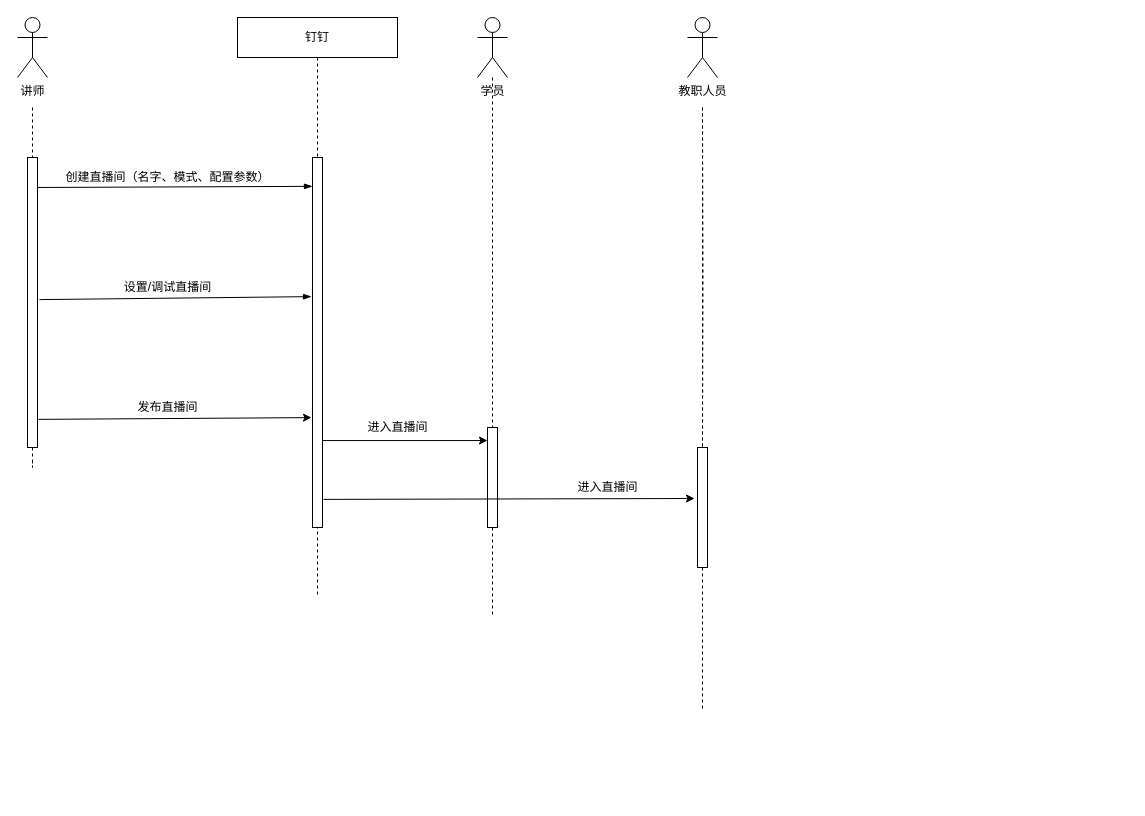
The draw.io diagram 钉钉开课流程时序图.drawio in innovatorCL/DiagramsRepo, before the edit. Source tidied: cells renumbered, new cells numbered last; positions are measured from the earlier drawing's top-left corner, leaving out a move shared by most shapes. Both pictures are drawn from the tidied source at 100%, with x=0, y=0 at pixel (17, 17).
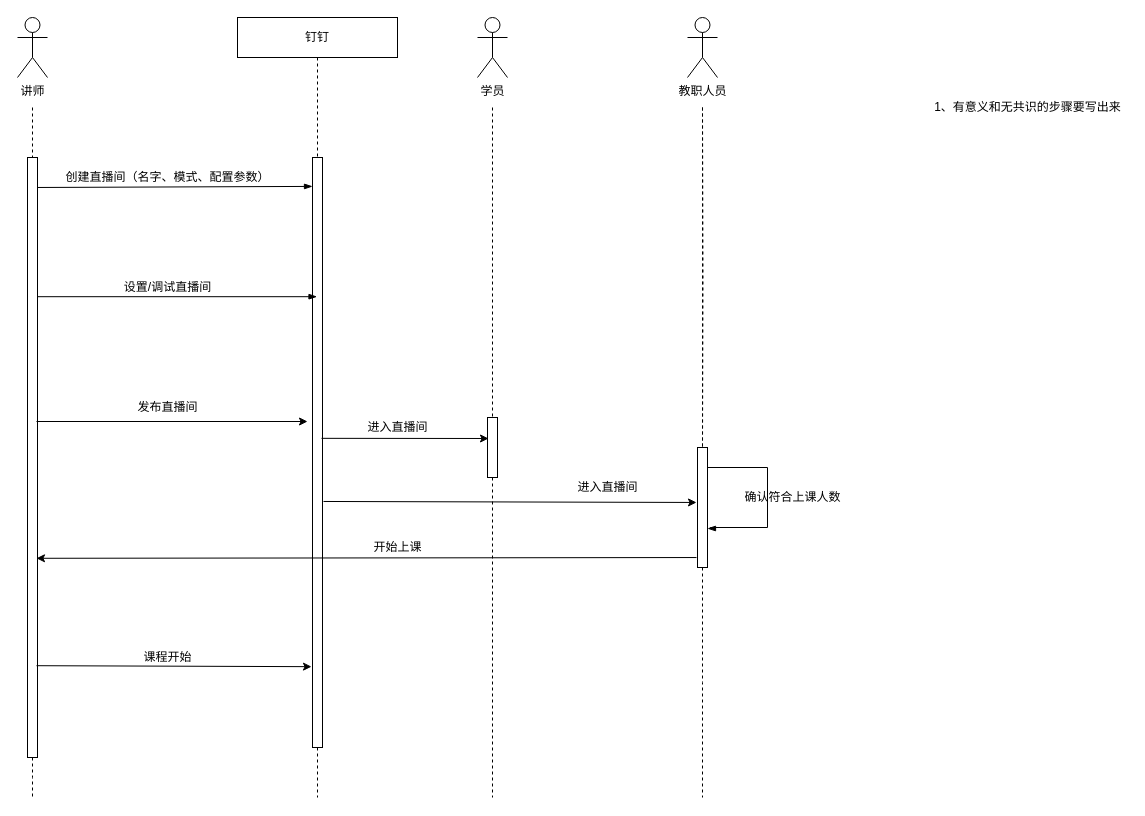
Above is the later version.

Commit message (it also covers changes not shown here):
Update 钉钉开课流程时序图.drawio

The change refers to these unchanged cells:
```xml
<mxCell id="15" value="学员" style="shape=umlActor;verticalLabelPosition=bottom;verticalAlign=top;html=1;" parent="1" vertex="1">
  <mxGeometry x="460" width="30" height="60" as="geometry" />
</mxCell>
<mxCell id="22" style="html=1;points=[];perimeter=orthogonalPerimeter;" parent="1" vertex="1">
  <mxGeometry x="680" y="430" width="10" height="120" as="geometry" />
</mxCell>
```

Diff of the diagram source:
```diff
@@
     <mxCell id="2" value="钉钉" style="shape=umlLifeline;perimeter=lifelinePerimeter;whiteSpace=wrap;html=1;outlineConnect=0;" parent="1" vertex="1">
-      <mxGeometry x="220" width="160" height="580" as="geometry" />
+      <mxGeometry x="220" width="160" height="780" as="geometry" />
     </mxCell>
     <mxCell id="3" style="html=1;points=[];perimeter=orthogonalPerimeter;" parent="2" vertex="1">
-      <mxGeometry x="75" y="140" width="10" height="370" as="geometry" />
+      <mxGeometry x="75" y="140" width="10" height="590" as="geometry" />
     </mxCell>
@@
     <mxCell id="5" style="edgeStyle=orthogonalEdgeStyle;rounded=0;jettySize=auto;html=1;endArrow=none;endFill=0;dashed=1;startArrow=none;" parent="1" edge="1" source="9">
       <mxGeometry x="90" y="70" as="geometry">
-        <mxPoint x="15" y="440" as="targetPoint" />
+        <mxPoint x="15" y="780" as="targetPoint" />
       </mxGeometry>
     </mxCell>
@@
-    <mxCell id="7" style="rounded=0;jettySize=auto;html=1;endArrow=blockThin;endFill=1;entryX=0;entryY=0.078;entryDx=0;entryDy=0;entryPerimeter=0;" parent="1" edge="1" target="3">
+    <mxCell id="7" style="rounded=0;jettySize=auto;html=1;endArrow=blockThin;endFill=1;entryX=0;entryY=0.049;entryDx=0;entryDy=0;entryPerimeter=0;" parent="1" edge="1" target="3">
       <mxGeometry relative="1" as="geometry">
         <mxPoint x="15" y="170" as="sourcePoint" />
       </mxGeometry>
     </mxCell>
-    <mxCell id="8" style="edgeStyle=none;rounded=0;jettySize=auto;html=1;endArrow=blockThin;endFill=1;exitX=1.2;exitY=0.49;exitDx=0;exitDy=0;exitPerimeter=0;entryX=-0.1;entryY=0.376;entryDx=0;entryDy=0;entryPerimeter=0;" parent="1" edge="1" source="9" target="3">
+    <mxCell id="8" style="edgeStyle=none;rounded=0;jettySize=auto;html=1;endArrow=blockThin;endFill=1;exitX=0.9;exitY=0.232;exitDx=0;exitDy=0;exitPerimeter=0;" parent="1" edge="1" source="9" target="2">
       <mxGeometry relative="1" as="geometry" />
     </mxCell>
     <mxCell id="9" style="html=1;points=[];perimeter=orthogonalPerimeter;" parent="1" vertex="1">
-      <mxGeometry x="10" y="140" width="10" height="290" as="geometry" />
+      <mxGeometry x="10" y="140" width="10" height="600" as="geometry" />
     </mxCell>
@@
     <mxCell id="14" style="edgeStyle=none;rounded=0;jettySize=auto;html=1;endArrow=none;endFill=0;dashed=1;startArrow=none;" parent="1" edge="1" source="16">
       <mxGeometry relative="1" as="geometry">
-        <mxPoint x="475" y="600" as="targetPoint" />
+        <mxPoint x="475" y="780" as="targetPoint" />
       </mxGeometry>
     </mxCell>
@@
     <mxCell id="16" style="html=1;points=[];perimeter=orthogonalPerimeter;" parent="1" vertex="1">
-      <mxGeometry x="470" y="410" width="10" height="100" as="geometry" />
+      <mxGeometry x="470" y="400" width="10" height="60" as="geometry" />
     </mxCell>
-    <mxCell id="17" style="edgeStyle=none;rounded=0;jettySize=auto;html=1;endArrow=none;endFill=0;dashed=1;" parent="1" edge="1" source="15" target="16">
-      <mxGeometry relative="1" as="geometry" />
+    <mxCell id="17" style="edgeStyle=none;rounded=0;jettySize=auto;html=1;endArrow=none;endFill=0;dashed=1;" parent="1" edge="1" target="16">
+      <mxGeometry relative="1" as="geometry">
+        <mxPoint x="475" y="90" as="sourcePoint" />
+      </mxGeometry>
     </mxCell>
-    <mxCell id="18" style="endArrow=classic;html=1;rounded=0;exitX=1;exitY=0.765;exitDx=0;exitDy=0;exitPerimeter=0;" parent="1" edge="1" source="3" target="16">
-      <mxGeometry relative="1" as="geometry" />
-    </mxCell>
     <mxCell id="19" style="edgeStyle=orthogonalEdgeStyle;rounded=0;jettySize=auto;html=1;endArrow=none;endFill=0;dashed=1;startArrow=none;" parent="1" edge="1" source="22">
       <mxGeometry x="760" y="70" as="geometry">
-        <mxPoint x="685" y="693" as="targetPoint" />
+        <mxPoint x="685" y="780" as="targetPoint" />
       </mxGeometry>
     </mxCell>
@@
-    <mxCell id="24" style="endArrow=classic;html=1;rounded=0;exitX=1.1;exitY=0.924;exitDx=0;exitDy=0;exitPerimeter=0;entryX=-0.3;entryY=0.425;entryDx=0;entryDy=0;entryPerimeter=0;" parent="1" edge="1" source="3" target="22">
-      <mxGeometry relative="1" as="geometry" />
-    </mxCell>
-    <mxCell id="25" style="endArrow=classic;html=1;rounded=0;exitX=1.1;exitY=0.903;exitDx=0;exitDy=0;exitPerimeter=0;entryX=-0.1;entryY=0.703;entryDx=0;entryDy=0;entryPerimeter=0;" parent="1" edge="1" source="9" target="3">
-      <mxGeometry relative="1" as="geometry" />
+    <mxCell id="25" style="endArrow=classic;html=1;rounded=0;exitX=0.9;exitY=0.44;exitDx=0;exitDy=0;exitPerimeter=0;" parent="1" edge="1" source="9">
+      <mxGeometry relative="1" as="geometry">
+        <mxPoint x="290" y="404" as="targetPoint" />
+      </mxGeometry>
     </mxCell>
@@
+    <mxCell id="27" style="edgeStyle=orthogonalEdgeStyle;rounded=0;orthogonalLoop=1;jettySize=auto;html=1;endArrow=blockThin;endFill=1;entryX=1;entryY=0.675;entryDx=0;entryDy=0;entryPerimeter=0;" parent="1" edge="1" source="22" target="22">
+      <mxGeometry relative="1" as="geometry">
+        <Array as="points">
+          <mxPoint x="750" y="450" />
+          <mxPoint x="750" y="510" />
+          <mxPoint x="693" y="510" />
+          <mxPoint x="693" y="511" />
+        </Array>
+      </mxGeometry>
+    </mxCell>
+    <mxCell id="28" value="确认符合上课人数" style="text;html=1;align=center;verticalAlign=middle;strokeColor=none;fillColor=none;" parent="1" vertex="1">
+      <mxGeometry x="720" y="470" width="110" height="20" as="geometry" />
+    </mxCell>
+    <mxCell id="29" style="endArrow=classic;html=1;rounded=0;elbow=vertical;exitX=-0.1;exitY=0.917;exitDx=0;exitDy=0;exitPerimeter=0;entryX=0.9;entryY=0.668;entryDx=0;entryDy=0;entryPerimeter=0;" parent="1" edge="1" source="22" target="9">
+      <mxGeometry relative="1" as="geometry" />
+    </mxCell>
+    <mxCell id="30" value="开始上课" style="text;html=1;align=center;verticalAlign=middle;strokeColor=none;fillColor=none;" parent="1" vertex="1">
+      <mxGeometry x="350" y="520" width="60" height="20" as="geometry" />
+    </mxCell>
+    <mxCell id="31" style="endArrow=classic;html=1;rounded=0;elbow=vertical;exitX=0.9;exitY=0.847;exitDx=0;exitDy=0;exitPerimeter=0;entryX=-0.1;entryY=0.863;entryDx=0;entryDy=0;entryPerimeter=0;" parent="1" edge="1" source="9" target="3">
+      <mxGeometry relative="1" as="geometry" />
+    </mxCell>
+    <mxCell id="32" value="课程开始" style="text;html=1;align=center;verticalAlign=middle;strokeColor=none;fillColor=none;" parent="1" vertex="1">
+      <mxGeometry x="120" y="630" width="60" height="20" as="geometry" />
+    </mxCell>
+    <mxCell id="18" style="endArrow=classic;html=1;rounded=0;elbow=vertical;entryX=0.1;entryY=0.35;entryDx=0;entryDy=0;entryPerimeter=0;exitX=0.9;exitY=0.476;exitDx=0;exitDy=0;exitPerimeter=0;" parent="1" edge="1" source="3" target="16">
+      <mxGeometry relative="1" as="geometry" />
+    </mxCell>
+    <mxCell id="24" style="endArrow=classic;html=1;rounded=0;elbow=vertical;exitX=1.1;exitY=0.583;exitDx=0;exitDy=0;exitPerimeter=0;entryX=-0.1;entryY=0.458;entryDx=0;entryDy=0;entryPerimeter=0;" parent="1" edge="1" source="3" target="22">
+      <mxGeometry relative="1" as="geometry" />
+    </mxCell>
+    <mxCell id="33" value="1、有意义和无共识的步骤要写出来" style="text;html=1;align=center;verticalAlign=middle;strokeColor=none;fillColor=none;" parent="1" vertex="1">
+      <mxGeometry x="910" y="80" width="200" height="20" as="geometry" />
+    </mxCell>
```
